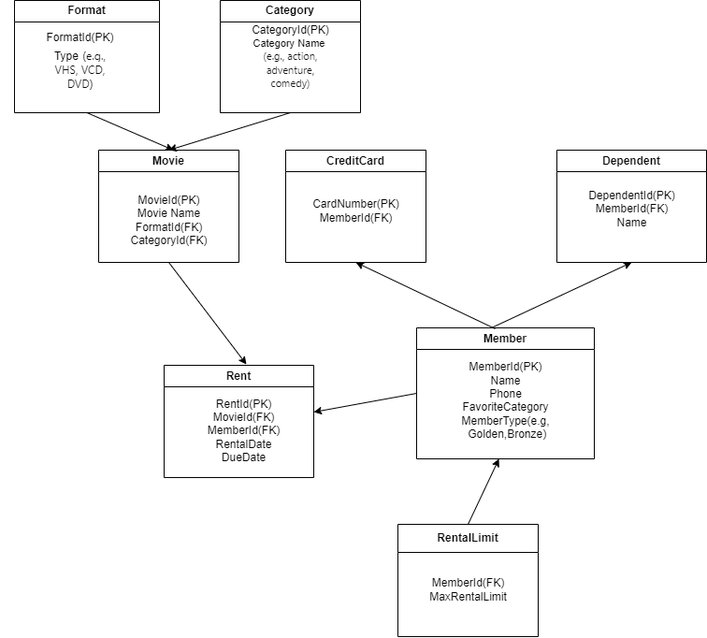
Above: day15/MovieStore.png in 106yashita/presidio_assignment (draw.io), before the change. Source tidied: cells renumbered, new cells last; positions are measured from the earlier drawing's top-left corner, leaving out a move shared by most shapes.
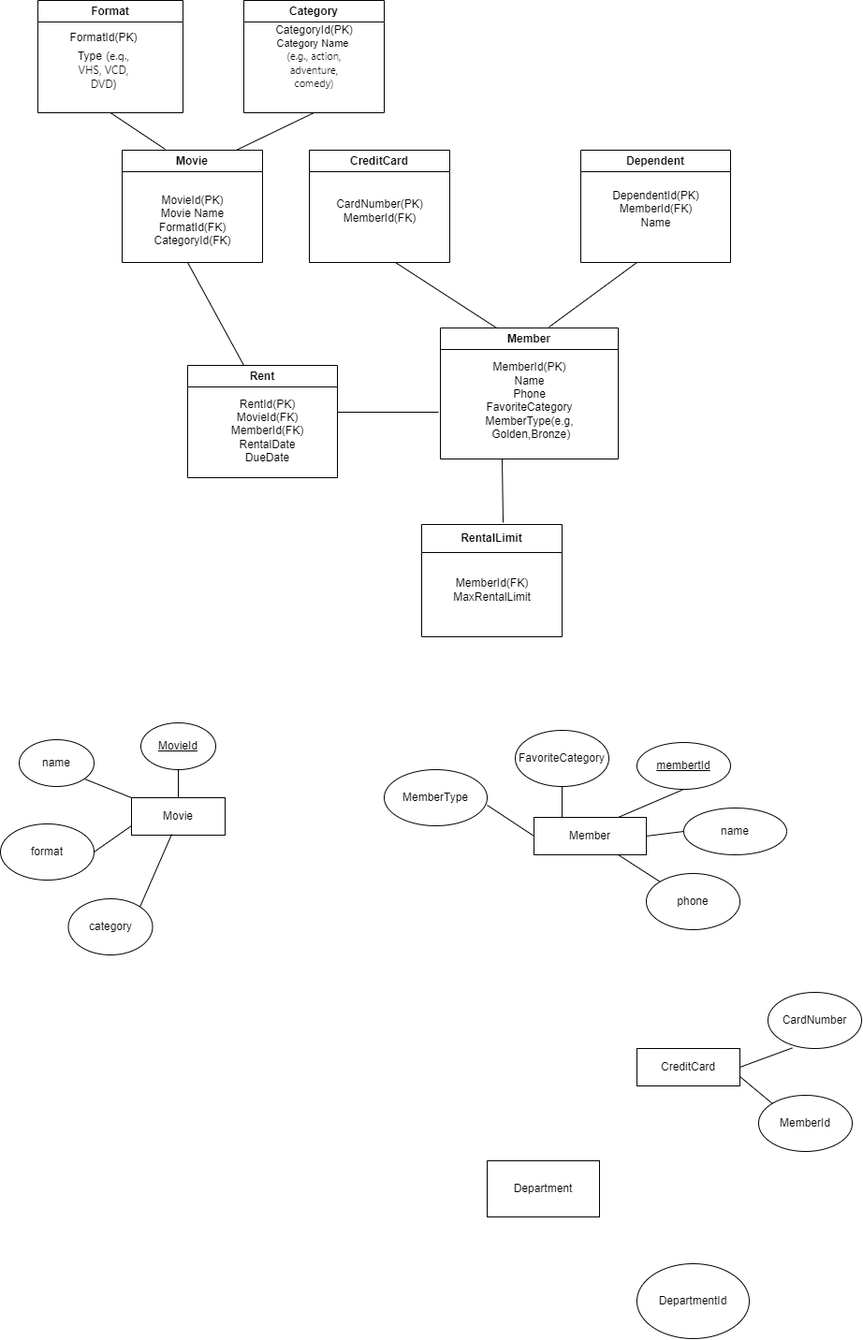
Above is the later version.

What changed in the source:
```diff
@@ -20,14 +20,6 @@
     <mxCell id="7" value="FormatId(PK)&lt;div&gt;Type&lt;span style=&quot;background-color: rgb(255, 255, 255); color: rgb(13, 13, 13); font-family: Söhne, ui-sans-serif, system-ui, -apple-system, &amp;quot;Segoe UI&amp;quot;, Roboto, Ubuntu, Cantarell, &amp;quot;Noto Sans&amp;quot;, sans-serif, &amp;quot;Helvetica Neue&amp;quot;, Arial, &amp;quot;Apple Color Emoji&amp;quot;, &amp;quot;Segoe UI Emoji&amp;quot;, &amp;quot;Segoe UI Symbol&amp;quot;, &amp;quot;Noto Color Emoji&amp;quot;; font-size: 16px; text-align: left; white-space: pre-wrap;&quot;&gt; &lt;/span&gt;&lt;span style=&quot;background-color: rgb(255, 255, 255); color: rgb(13, 13, 13); font-family: Söhne, ui-sans-serif, system-ui, -apple-system, &amp;quot;Segoe UI&amp;quot;, Roboto, Ubuntu, Cantarell, &amp;quot;Noto Sans&amp;quot;, sans-serif, &amp;quot;Helvetica Neue&amp;quot;, Arial, &amp;quot;Apple Color Emoji&amp;quot;, &amp;quot;Segoe UI Emoji&amp;quot;, &amp;quot;Segoe UI Symbol&amp;quot;, &amp;quot;Noto Color Emoji&amp;quot;; text-align: left; white-space: pre-wrap;&quot;&gt;&lt;font style=&quot;font-size: 12px;&quot;&gt;(e.g., VHS, VCD, DVD)&lt;/font&gt;&lt;/span&gt;&lt;/div&gt;" style="text;html=1;align=center;verticalAlign=middle;strokeColor=none;fillColor=none;" parent="6" vertex="1">
       <mxGeometry x="-15" y="40" width="170" height="50" as="geometry" />
     </mxCell>
-    <mxCell id="8" style="endArrow=classic;html=1;rounded=0;exitX=0.5;exitY=1;exitDx=0;exitDy=0;entryX=0.5;entryY=0;entryDx=0;entryDy=0;" parent="1" edge="1" source="2" target="4">
-      <mxGeometry relative="1" as="geometry" />
-    </mxCell>
-    <mxCell id="9" style="endArrow=classic;html=1;rounded=0;exitX=0.5;exitY=1;exitDx=0;exitDy=0;" parent="1" edge="1" source="6">
-      <mxGeometry relative="1" as="geometry">
-        <mxPoint x="185" y="160" as="targetPoint" />
-      </mxGeometry>
-    </mxCell>
     <mxCell id="10" value="Member" style="swimlane;whiteSpace=wrap;html=1;" parent="1" vertex="1">
       <mxGeometry x="445" y="350" width="190" height="140" as="geometry" />
     </mxCell>
@@ -46,36 +38,137 @@
     <mxCell id="15" value="DependentId(PK)&lt;div&gt;MemberId(FK)&lt;/div&gt;&lt;div&gt;Name&lt;/div&gt;" style="text;html=1;align=center;verticalAlign=middle;strokeColor=none;fillColor=none;" parent="14" vertex="1">
       <mxGeometry x="20" y="33" width="120" height="60" as="geometry" />
     </mxCell>
-    <mxCell id="16" style="endArrow=classic;html=1;rounded=0;entryX=0.5;entryY=1;entryDx=0;entryDy=0;exitX=0.442;exitY=0.007;exitDx=0;exitDy=0;exitPerimeter=0;" parent="1" edge="1" source="10" target="12">
-      <mxGeometry relative="1" as="geometry" />
-    </mxCell>
-    <mxCell id="17" style="endArrow=classic;html=1;rounded=0;entryX=0.5;entryY=1;entryDx=0;entryDy=0;" parent="1" edge="1" target="14">
-      <mxGeometry relative="1" as="geometry">
-        <mxPoint x="525" y="350" as="sourcePoint" />
-      </mxGeometry>
-    </mxCell>
     <mxCell id="18" value="Rent" style="swimlane;whiteSpace=wrap;html=1;" parent="1" vertex="1">
       <mxGeometry x="175" y="390" width="160" height="120" as="geometry" />
     </mxCell>
     <mxCell id="19" value="RentId(PK)&lt;div&gt;MovieId(FK)&lt;br&gt;MemberId(FK)&lt;br&gt;RentalDate&lt;/div&gt;&lt;div&gt;DueDate&lt;/div&gt;" style="text;html=1;align=center;verticalAlign=middle;strokeColor=none;fillColor=none;" parent="18" vertex="1">
       <mxGeometry x="35" y="25" width="100" height="90" as="geometry" />
     </mxCell>
-    <mxCell id="20" style="endArrow=classic;html=1;rounded=0;exitX=0.5;exitY=1;exitDx=0;exitDy=0;entryX=0.55;entryY=-0.008;entryDx=0;entryDy=0;entryPerimeter=0;" parent="1" edge="1" source="4" target="18">
-      <mxGeometry relative="1" as="geometry" />
-    </mxCell>
-    <mxCell id="21" style="endArrow=classic;html=1;rounded=0;exitX=0;exitY=0.5;exitDx=0;exitDy=0;" parent="1" edge="1" source="10">
-      <mxGeometry relative="1" as="geometry">
-        <mxPoint x="335" y="440" as="targetPoint" />
-      </mxGeometry>
-    </mxCell>
     <mxCell id="22" value="RentalLimit" style="swimlane;whiteSpace=wrap;html=1;startSize=30;" parent="1" vertex="1">
       <mxGeometry x="425" y="560" width="150" height="120" as="geometry" />
     </mxCell>
     <mxCell id="23" value="MemberId(FK)&lt;div&gt;MaxRentalLimit&lt;/div&gt;" style="text;html=1;align=center;verticalAlign=middle;strokeColor=none;fillColor=none;" parent="22" vertex="1">
       <mxGeometry x="20" y="50" width="110" height="40" as="geometry" />
     </mxCell>
-    <mxCell id="24" style="endArrow=classic;html=1;rounded=0;exitX=0.5;exitY=0;exitDx=0;exitDy=0;entryX=0.442;entryY=1;entryDx=0;entryDy=0;entryPerimeter=0;" parent="1" edge="1" source="22" target="11">
-      <mxGeometry relative="1" as="geometry" />
-    </mxCell>
+    <mxCell id="25" style="endArrow=none;html=1;rounded=0;entryX=0.5;entryY=1;entryDx=0;entryDy=0;exitX=0.307;exitY=-0.008;exitDx=0;exitDy=0;exitPerimeter=0;" parent="1" edge="1" source="4" target="6">
+      <mxGeometry relative="1" as="geometry" />
+    </mxCell>
+    <mxCell id="26" style="endArrow=none;html=1;rounded=0;entryX=0.5;entryY=1;entryDx=0;entryDy=0;exitX=0.813;exitY=0;exitDx=0;exitDy=0;exitPerimeter=0;" parent="1" edge="1" source="4" target="2">
+      <mxGeometry relative="1" as="geometry" />
+    </mxCell>
+    <mxCell id="27" style="endArrow=none;html=1;rounded=0;entryX=0.5;entryY=1;entryDx=0;entryDy=0;exitX=0.375;exitY=0;exitDx=0;exitDy=0;exitPerimeter=0;" parent="1" edge="1" source="18">
+      <mxGeometry relative="1" as="geometry">
+        <mxPoint x="175" y="280" as="targetPoint" />
+      </mxGeometry>
+    </mxCell>
+    <mxCell id="28" style="endArrow=none;html=1;rounded=0;entryX=0.5;entryY=1;entryDx=0;entryDy=0;exitX=0.316;exitY=0;exitDx=0;exitDy=0;exitPerimeter=0;" parent="1" edge="1" source="10">
+      <mxGeometry relative="1" as="geometry">
+        <mxPoint x="397" y="280" as="targetPoint" />
+      </mxGeometry>
+    </mxCell>
+    <mxCell id="29" style="endArrow=none;html=1;rounded=0;entryX=0.5;entryY=1;entryDx=0;entryDy=0;exitX=0.611;exitY=-0.007;exitDx=0;exitDy=0;exitPerimeter=0;" parent="1" edge="1" source="10">
+      <mxGeometry relative="1" as="geometry">
+        <mxPoint x="655" y="280" as="targetPoint" />
+      </mxGeometry>
+    </mxCell>
+    <mxCell id="30" style="endArrow=none;html=1;rounded=0;" parent="1" edge="1">
+      <mxGeometry relative="1" as="geometry">
+        <mxPoint x="443" y="440" as="sourcePoint" />
+        <mxPoint x="335" y="440" as="targetPoint" />
+      </mxGeometry>
+    </mxCell>
+    <mxCell id="31" style="endArrow=none;html=1;rounded=0;entryX=0.5;entryY=1;entryDx=0;entryDy=0;exitX=0.58;exitY=-0.017;exitDx=0;exitDy=0;exitPerimeter=0;" parent="1" edge="1" source="22">
+      <mxGeometry relative="1" as="geometry">
+        <mxPoint x="511" y="490" as="targetPoint" />
+      </mxGeometry>
+    </mxCell>
+    <mxCell id="32" value="Movie" style="rounded=0;whiteSpace=wrap;html=1;" parent="1" vertex="1">
+      <mxGeometry x="115" y="852" width="100" height="40" as="geometry" />
+    </mxCell>
+    <mxCell id="33" value="&lt;u&gt;MovieId&lt;/u&gt;" style="ellipse;whiteSpace=wrap;html=1;" parent="1" vertex="1">
+      <mxGeometry x="125" y="772" width="80" height="50" as="geometry" />
+    </mxCell>
+    <mxCell id="34" value="name" style="ellipse;whiteSpace=wrap;html=1;" parent="1" vertex="1">
+      <mxGeometry x="-5" y="790" width="80" height="50" as="geometry" />
+    </mxCell>
+    <mxCell id="35" value="format" style="ellipse;whiteSpace=wrap;html=1;" parent="1" vertex="1">
+      <mxGeometry x="-25" y="880" width="100" height="60" as="geometry" />
+    </mxCell>
+    <mxCell id="36" value="category" style="ellipse;whiteSpace=wrap;html=1;" parent="1" vertex="1">
+      <mxGeometry x="47.5" y="960" width="90" height="60" as="geometry" />
+    </mxCell>
+    <mxCell id="37" style="endArrow=none;html=1;rounded=0;entryX=0.5;entryY=1;entryDx=0;entryDy=0;exitX=0.5;exitY=0;exitDx=0;exitDy=0;" parent="1" edge="1" source="32" target="33">
+      <mxGeometry relative="1" as="geometry" />
+    </mxCell>
+    <mxCell id="38" style="endArrow=none;html=1;rounded=0;exitX=0;exitY=0;exitDx=0;exitDy=0;" parent="1" edge="1" source="32">
+      <mxGeometry relative="1" as="geometry">
+        <mxPoint x="65" y="832" as="targetPoint" />
+      </mxGeometry>
+    </mxCell>
+    <mxCell id="39" style="endArrow=none;html=1;rounded=0;entryX=1;entryY=0.5;entryDx=0;entryDy=0;exitX=0;exitY=0.75;exitDx=0;exitDy=0;" parent="1" edge="1" source="32" target="35">
+      <mxGeometry relative="1" as="geometry" />
+    </mxCell>
+    <mxCell id="40" style="endArrow=none;html=1;rounded=0;entryX=1;entryY=0;entryDx=0;entryDy=0;exitX=0.43;exitY=0.975;exitDx=0;exitDy=0;exitPerimeter=0;" parent="1" edge="1" source="32" target="36">
+      <mxGeometry relative="1" as="geometry" />
+    </mxCell>
+    <mxCell id="41" value="Member" style="rounded=0;whiteSpace=wrap;html=1;" parent="1" vertex="1">
+      <mxGeometry x="545" y="873" width="120" height="40" as="geometry" />
+    </mxCell>
+    <mxCell id="42" value="&lt;u&gt;membertId&lt;/u&gt;" style="ellipse;whiteSpace=wrap;html=1;" parent="1" vertex="1">
+      <mxGeometry x="655" y="793" width="100" height="50" as="geometry" />
+    </mxCell>
+    <mxCell id="43" value="name" style="ellipse;whiteSpace=wrap;html=1;" parent="1" vertex="1">
+      <mxGeometry x="705" y="863" width="110" height="50" as="geometry" />
+    </mxCell>
+    <mxCell id="44" value="phone" style="ellipse;whiteSpace=wrap;html=1;" parent="1" vertex="1">
+      <mxGeometry x="665" y="933" width="100" height="60" as="geometry" />
+    </mxCell>
+    <mxCell id="45" value="FavoriteCategory" style="ellipse;whiteSpace=wrap;html=1;" parent="1" vertex="1">
+      <mxGeometry x="525" y="780" width="100" height="60" as="geometry" />
+    </mxCell>
+    <mxCell id="46" style="endArrow=none;html=1;rounded=0;entryX=0.5;entryY=1;entryDx=0;entryDy=0;exitX=0.25;exitY=0;exitDx=0;exitDy=0;" parent="1" edge="1" source="41" target="45">
+      <mxGeometry relative="1" as="geometry" />
+    </mxCell>
+    <mxCell id="47" style="endArrow=none;html=1;rounded=0;entryX=0.5;entryY=1;entryDx=0;entryDy=0;exitX=0.75;exitY=0;exitDx=0;exitDy=0;" parent="1" edge="1" source="41" target="42">
+      <mxGeometry relative="1" as="geometry" />
+    </mxCell>
+    <mxCell id="48" style="endArrow=none;html=1;rounded=0;entryX=0;entryY=0.5;entryDx=0;entryDy=0;exitX=1;exitY=0.5;exitDx=0;exitDy=0;" parent="1" edge="1" source="41" target="43">
+      <mxGeometry relative="1" as="geometry" />
+    </mxCell>
+    <mxCell id="49" style="endArrow=none;html=1;rounded=0;entryX=0;entryY=0;entryDx=0;entryDy=0;" parent="1" edge="1" target="44">
+      <mxGeometry relative="1" as="geometry">
+        <mxPoint x="635" y="913" as="sourcePoint" />
+      </mxGeometry>
+    </mxCell>
+    <mxCell id="50" style="endArrow=none;html=1;rounded=0;entryX=0;entryY=0.5;entryDx=0;entryDy=0;exitX=1;exitY=0.633;exitDx=0;exitDy=0;exitPerimeter=0;" parent="1" edge="1" source="51" target="41">
+      <mxGeometry relative="1" as="geometry" />
+    </mxCell>
+    <mxCell id="51" style="ellipse;whiteSpace=wrap;html=1;" parent="1" vertex="1">
+      <mxGeometry x="385" y="822" width="110" height="60" as="geometry" />
+    </mxCell>
+    <mxCell id="52" value="MemberType" style="text;html=1;align=center;verticalAlign=middle;whiteSpace=wrap;rounded=0;" parent="1" vertex="1">
+      <mxGeometry x="410" y="837" width="60" height="30" as="geometry" />
+    </mxCell>
+    <mxCell id="53" value="CreditCard" style="rounded=0;whiteSpace=wrap;html=1;" parent="1" vertex="1">
+      <mxGeometry x="655" y="1120" width="110" height="40" as="geometry" />
+    </mxCell>
+    <mxCell id="54" value="CardNumber" style="ellipse;whiteSpace=wrap;html=1;" parent="1" vertex="1">
+      <mxGeometry x="795" y="1060" width="100" height="60" as="geometry" />
+    </mxCell>
+    <mxCell id="55" value="MemberId" style="ellipse;whiteSpace=wrap;html=1;" parent="1" vertex="1">
+      <mxGeometry x="785" y="1170" width="100" height="60" as="geometry" />
+    </mxCell>
+    <mxCell id="56" style="endArrow=none;html=1;rounded=0;entryX=0.26;entryY=0.99;entryDx=0;entryDy=0;entryPerimeter=0;exitX=1;exitY=0.5;exitDx=0;exitDy=0;" parent="1" edge="1" source="53" target="54">
+      <mxGeometry relative="1" as="geometry" />
+    </mxCell>
+    <mxCell id="57" style="endArrow=none;html=1;rounded=0;entryX=0;entryY=0;entryDx=0;entryDy=0;exitX=1;exitY=0.75;exitDx=0;exitDy=0;" parent="1" edge="1" source="53" target="55">
+      <mxGeometry relative="1" as="geometry" />
+    </mxCell>
+    <mxCell id="58" value="Department" style="rounded=0;whiteSpace=wrap;html=1;" parent="1" vertex="1">
+      <mxGeometry x="495" y="1240" width="120" height="60" as="geometry" />
+    </mxCell>
+    <mxCell id="59" value="DepartmentId" style="ellipse;whiteSpace=wrap;html=1;" parent="1" vertex="1">
+      <mxGeometry x="655" y="1350" width="120" height="80" as="geometry" />
+    </mxCell>
   </root>
 </mxGraphModel>
```
